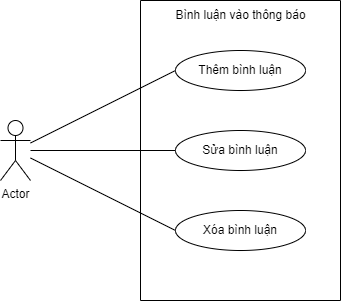
Before: usecase diagram/Thông báo nội khu-Bình luận.drawio.png, a diagram exported from draw.io (kienndhn/draw-io). Source tidied: cells renumbered, new cells last; positions are measured from the earlier drawing's top-left corner, leaving out a move shared by most shapes.
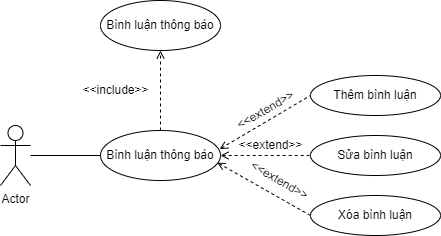
Later version of the same file.

Diff of the diagram source:
```diff
@@ -2,32 +2,50 @@
   <root>
     <mxCell id="0" />
     <mxCell id="1" parent="0" />
-    <mxCell id="2" style="edgeStyle=none;rounded=0;jettySize=auto;html=1;entryX=0;entryY=0.5;entryDx=0;entryDy=0;startArrow=none;startFill=0;endArrow=none;endFill=0;" parent="1" edge="1" source="5" target="7">
+    <mxCell id="2" style="edgeStyle=none;rounded=0;jettySize=auto;html=1;entryX=0;entryY=0.5;entryDx=0;entryDy=0;startArrow=open;startFill=0;endArrow=none;endFill=0;exitX=0.993;exitY=0.372;exitDx=0;exitDy=0;exitPerimeter=0;dashed=1;" parent="1" edge="1" source="12" target="7">
       <mxGeometry relative="1" as="geometry" />
     </mxCell>
-    <mxCell id="3" style="edgeStyle=none;rounded=0;jettySize=auto;html=1;entryX=0;entryY=0.5;entryDx=0;entryDy=0;startArrow=none;startFill=0;endArrow=none;endFill=0;" parent="1" edge="1" source="5" target="9">
+    <mxCell id="3" style="edgeStyle=none;rounded=0;jettySize=auto;html=1;entryX=0;entryY=0.5;entryDx=0;entryDy=0;startArrow=open;startFill=0;endArrow=none;endFill=0;exitX=1;exitY=0.5;exitDx=0;exitDy=0;dashed=1;" parent="1" edge="1" source="12" target="9">
       <mxGeometry relative="1" as="geometry" />
     </mxCell>
-    <mxCell id="4" style="edgeStyle=none;rounded=0;jettySize=auto;html=1;entryX=0;entryY=0.5;entryDx=0;entryDy=0;startArrow=none;startFill=0;endArrow=none;endFill=0;" parent="1" edge="1" source="5" target="10">
+    <mxCell id="4" style="edgeStyle=none;rounded=0;jettySize=auto;html=1;entryX=0;entryY=0.5;entryDx=0;entryDy=0;startArrow=open;startFill=0;endArrow=none;endFill=0;exitX=0.973;exitY=0.642;exitDx=0;exitDy=0;exitPerimeter=0;dashed=1;" parent="1" edge="1" source="12" target="10">
       <mxGeometry relative="1" as="geometry" />
     </mxCell>
-    <mxCell id="5" value="Actor" style="shape=umlActor;verticalLabelPosition=bottom;verticalAlign=top;html=1;outlineConnect=0;" parent="1" vertex="1">
-      <mxGeometry y="120" width="30" height="60" as="geometry" />
-    </mxCell>
-    <mxCell id="6" style="swimlane;startSize=0;" parent="1" vertex="1">
-      <mxGeometry x="140" width="200" height="300" as="geometry" />
-    </mxCell>
-    <mxCell id="7" value="Thêm bình luận" style="ellipse;whiteSpace=wrap;html=1;" parent="6" vertex="1">
-      <mxGeometry x="35" y="50" width="130" height="40" as="geometry" />
+    <mxCell id="7" value="Thêm bình luận" style="ellipse;whiteSpace=wrap;html=1;" parent="1" vertex="1">
+      <mxGeometry x="310" y="70" width="130" height="40" as="geometry" />
     </mxCell>
-    <mxCell id="8" value="Bình luận vào thông báo" style="text;html=1;align=center;verticalAlign=middle;strokeColor=none;fillColor=none;" parent="6" vertex="1">
-      <mxGeometry x="25" width="150" height="30" as="geometry" />
-    </mxCell>
-    <mxCell id="9" value="Sửa bình luận" style="ellipse;whiteSpace=wrap;html=1;" parent="6" vertex="1">
-      <mxGeometry x="35" y="130" width="130" height="40" as="geometry" />
+    <mxCell id="9" value="Sửa bình luận" style="ellipse;whiteSpace=wrap;html=1;" parent="1" vertex="1">
+      <mxGeometry x="310" y="130" width="130" height="40" as="geometry" />
     </mxCell>
-    <mxCell id="10" value="Xóa bình luận" style="ellipse;whiteSpace=wrap;html=1;" parent="6" vertex="1">
-      <mxGeometry x="35" y="210" width="130" height="40" as="geometry" />
+    <mxCell id="10" value="Xóa bình luận" style="ellipse;whiteSpace=wrap;html=1;" parent="1" vertex="1">
+      <mxGeometry x="310" y="190" width="130" height="40" as="geometry" />
     </mxCell>
+    <mxCell id="11" style="edgeStyle=none;rounded=0;jettySize=auto;html=1;dashed=1;startArrow=none;startFill=0;endArrow=open;endFill=0;" parent="1" edge="1" source="12" target="17">
+      <mxGeometry relative="1" as="geometry" />
+    </mxCell>
+    <mxCell id="12" value="Bình luận thông báo" style="ellipse;whiteSpace=wrap;html=1;" parent="1" vertex="1">
+      <mxGeometry x="100" y="125" width="120" height="50" as="geometry" />
+    </mxCell>
+    <mxCell id="13" style="edgeStyle=none;rounded=0;jettySize=auto;html=1;startArrow=none;startFill=0;endArrow=none;endFill=0;" parent="1" edge="1" source="5" target="12">
+      <mxGeometry relative="1" as="geometry" />
+    </mxCell>
+    <mxCell id="5" value="Actor" style="shape=umlActor;verticalLabelPosition=bottom;verticalAlign=top;html=1;outlineConnect=0;" parent="1" vertex="1">
+      <mxGeometry y="120" width="30" height="60" as="geometry" />
+    </mxCell>
+    <mxCell id="14" value="&amp;lt;&amp;lt;extend&amp;gt;&amp;gt;" style="text;html=1;align=center;verticalAlign=middle;strokeColor=none;fillColor=none;rotation=-30;" parent="1" vertex="1">
+      <mxGeometry x="220" y="90" width="90" height="30" as="geometry" />
+    </mxCell>
+    <mxCell id="15" value="&amp;lt;&amp;lt;extend&amp;gt;&amp;gt;" style="text;html=1;align=center;verticalAlign=middle;strokeColor=none;fillColor=none;" parent="1" vertex="1">
+      <mxGeometry x="225" y="125" width="90" height="30" as="geometry" />
+    </mxCell>
+    <mxCell id="16" value="&amp;lt;&amp;lt;extend&amp;gt;&amp;gt;" style="text;html=1;align=center;verticalAlign=middle;strokeColor=none;fillColor=none;rotation=30;" parent="1" vertex="1">
+      <mxGeometry x="234" y="160" width="90" height="30" as="geometry" />
+    </mxCell>
+    <mxCell id="17" value="Bình luận thông báo" style="ellipse;whiteSpace=wrap;html=1;" parent="1" vertex="1">
+      <mxGeometry x="100" y="-5" width="120" height="50" as="geometry" />
+    </mxCell>
+    <mxCell id="18" value="&amp;lt;&amp;lt;include&amp;gt;&amp;gt;" style="text;html=1;align=center;verticalAlign=middle;strokeColor=none;fillColor=none;" parent="1" vertex="1">
+      <mxGeometry x="70" y="70" width="90" height="30" as="geometry" />
+    </mxCell>
   </root>
 </mxGraphModel>
```
